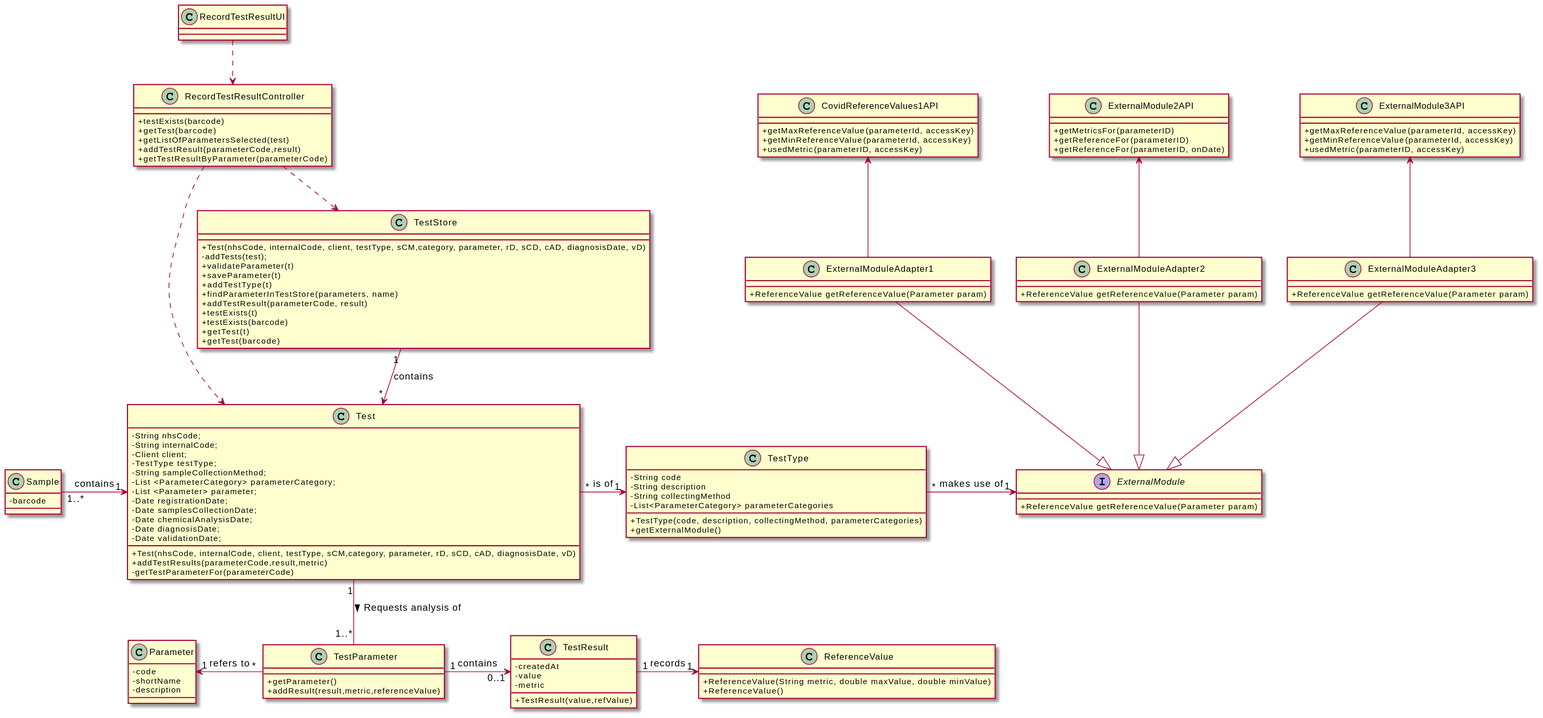
Before: docs/SprintC/US_12/US12-CD.svg, a diagram exported from PlantUML (RuiRioPina/LAPR2-20-21).
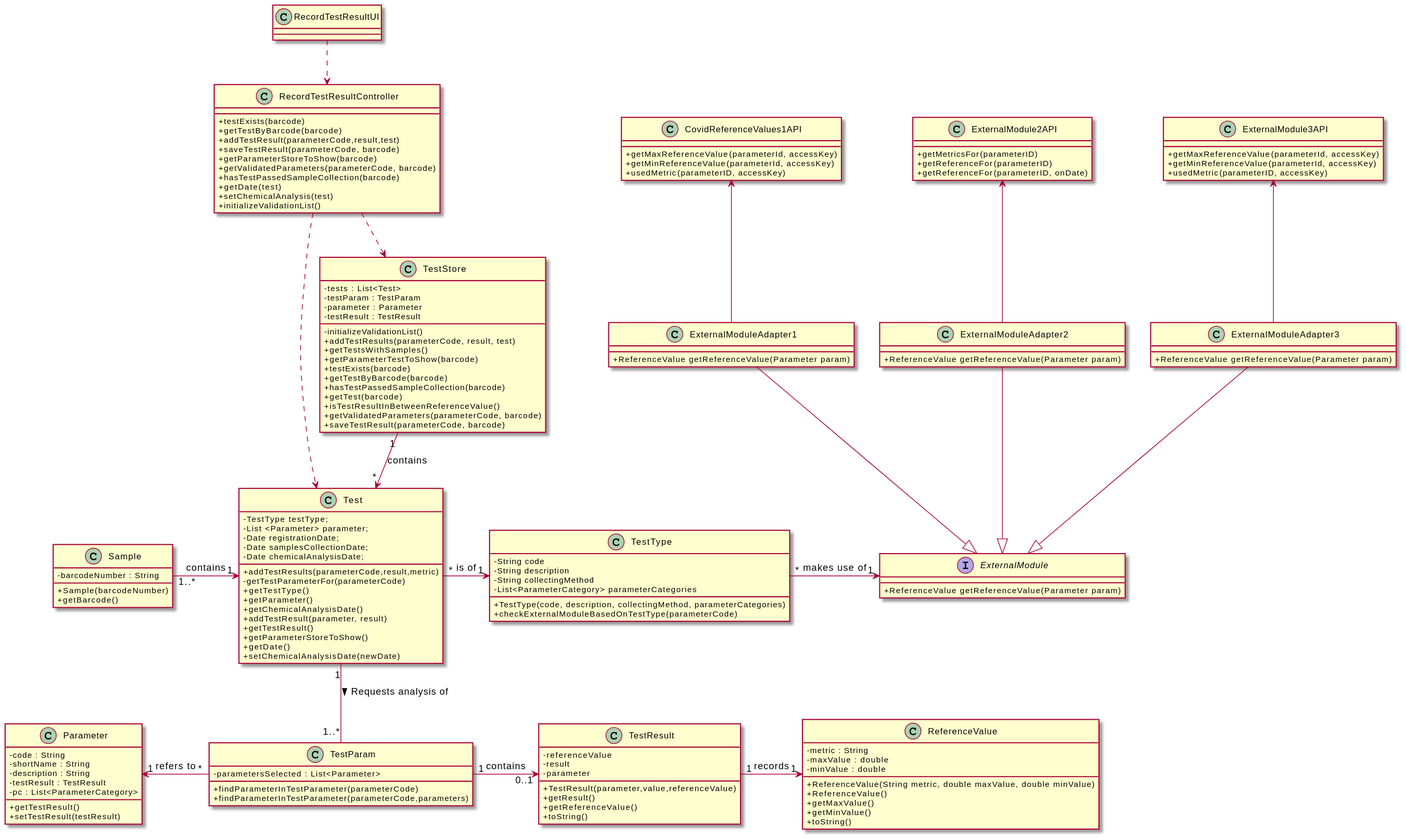
The same diagram one commit later.

The edit, as a diff of the source:
```diff
@@ -2,9 +2,15 @@
 skinparam classAttributeIconSize 0
 
 Class "Parameter"{
--code
--shortName
--description
+-code : String
+-shortName : String
+-description : String
+-testResult : TestResult
+-pc : List<ParameterCategory>
+
++getTestResult()
++setTestResult(testResult)
+
 }
 
 Class "RecordTestResultUI"{
@@ -12,33 +18,41 @@
 
 Class "RecordTestResultController"{
 +testExists(barcode)
-+getTest(barcode)
-+getListOfParametersSelected(test)
-+addTestResult(parameterCode,result)
-+getTestResultByParameter(parameterCode)
++getTestByBarcode(barcode)
++addTestResult(parameterCode,result,test)
++saveTestResult(parameterCode, barcode)
++getParameterStoreToShow(barcode)
++getValidatedParameters(parameterCode, barcode)
++hasTestPassedSampleCollection(barcode)
++getDate(test)
++setChemicalAnalysis(test)
++initializeValidationList()
+
 }
 
-Class "TestParameter"{
-+getParameter()
-+addResult(result,metric,referenceValue)
+Class "TestParam"{
+-parametersSelected : List<Parameter>
++findParameterInTestParameter(parameterCode)
++findParameterInTestParameter(parameterCode,parameters)
 }
 
 Class "Test"{
--String nhsCode;
-   -String internalCode;
-   -Client client;
     -TestType testType;
-   -String sampleCollectionMethod;
-     -List <ParameterCategory>  parameterCategory;
    -List <Parameter> parameter;
     -Date registrationDate;
      -Date samplesCollectionDate;
      -Date chemicalAnalysisDate;
-     -Date diagnosisDate;
-    -Date validationDate;
-  +Test(nhsCode, internalCode, client, testType, sCM,category, parameter, rD, sCD, cAD, diagnosisDate, vD)
+
 +addTestResults(parameterCode,result,metric)
 -getTestParameterFor(parameterCode)
++getTestType()
++getParameter()
++getChemicalAnalysisDate()
++addTestResult(parameter, result)
++getTestResult()
++getParameterStoreToShow()
++getDate()
++setChemicalAnalysisDate(newDate)
 }
 
 Interface "ExternalModule"{
@@ -64,35 +78,51 @@
 -String collectingMethod
 -List<ParameterCategory> parameterCategories
 +TestType(code, description, collectingMethod, parameterCategories)
-+getExternalModule()
++checkExternalModuleBasedOnTestType(parameterCode)
 }
 
 Class "TestResult"{
--createdAt
--value
--metric
-+TestResult(value,refValue)
+-referenceValue
+-result
+-parameter
++TestResult(parameter,value,referenceValue)
++getResult()
++getReferenceValue()
++toString()
 }
 
 class TestStore {
-  +Test(nhsCode, internalCode, client, testType, sCM,category, parameter, rD, sCD, cAD, diagnosisDate, vD)
--addTests(test);
-+validateParameter(t)
-  +saveParameter(t)
-  +addTestType(t)
-+findParameterInTestStore(parameters, name)
-+addTestResult(parameterCode, result)
-+testExists(t)
+
+-tests : List<Test>
+-testParam : TestParam
+-parameter : Parameter
+-testResult : TestResult
+
+-initializeValidationList()
++addTestResults(parameterCode, result, test)
++getTestsWithSamples()
++getParameterTestToShow(barcode)
 +testExists(barcode)
-+getTest(t)
++getTestByBarcode(barcode)
++hasTestPassedSampleCollection(barcode)
 +getTest(barcode)
++isTestResultInBetweenReferenceValue()
++getValidatedParameters(parameterCode, barcode)
++saveTestResult(parameterCode, barcode)
 
 }
 
 
 Class "ReferenceValue"{
+-metric : String
+-maxValue : double
+-minValue : double
 +ReferenceValue(String metric, double maxValue, double minValue)
 +ReferenceValue()
++getMaxValue()
++getMinValue()
++toString()
+
 
 }
 
@@ -115,15 +145,17 @@
 }
 
 Class "Sample"{
--barcode
+-barcodeNumber : String
++Sample(barcodeNumber)
++getBarcode()
 }
 
-TestParameter "*"  -l> "1" Parameter : refers to
+TestParam "*"  -l> "1" Parameter : refers to
 Sample "1..*"  -r> "1" Test : contains
-TestParameter "1" -> "0..1" TestResult : contains
+TestParam "1" -> "0..1" TestResult : contains
 TestResult "1" -> "1" ReferenceValue  : records
 Test "*" -> "1" TestType  : is of
-Test "1" -d- "1..*" TestParameter  :> Requests analysis of
+Test "1" -d- "1..*" TestParam  :> Requests analysis of
 TestType "*" -> "1" ExternalModule  :makes use of
 ExternalModuleAdapter1  -d-|>  ExternalModule
 ExternalModuleAdapter2  -d-|>  ExternalModule
```
